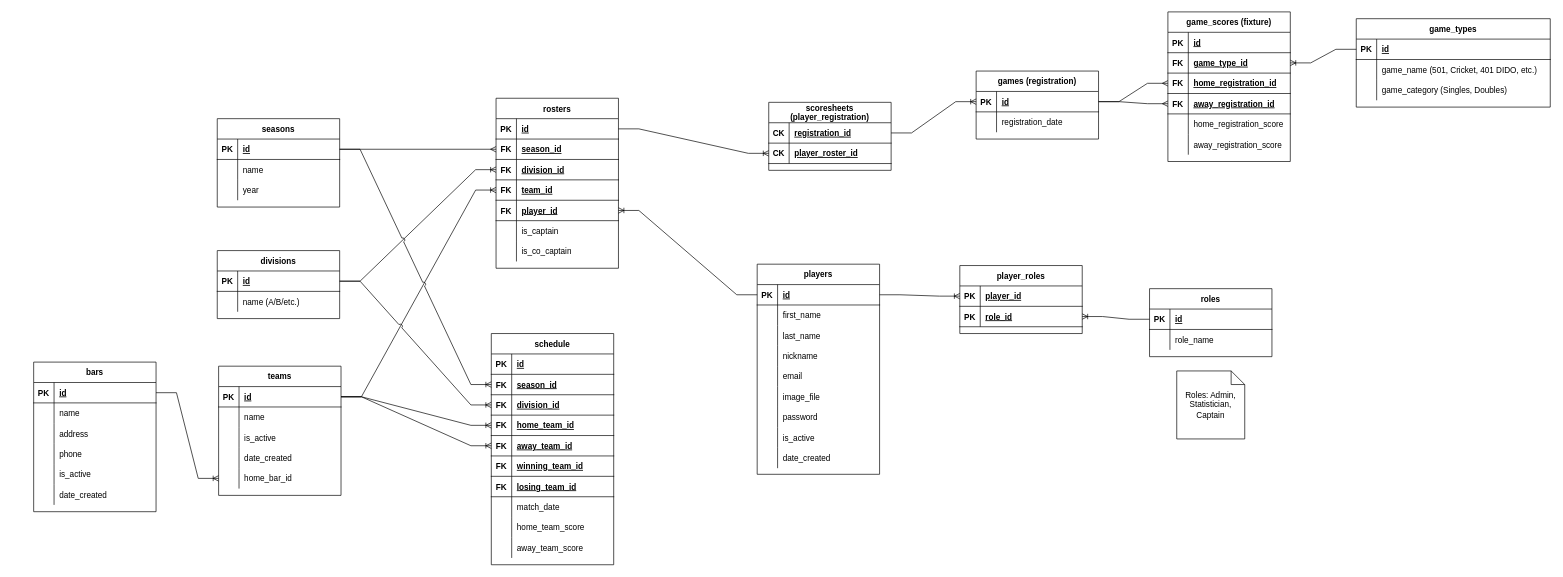
Earlier version of the draw.io diagram page "Main Team League Play" (1 of 2) of diagrams/bgda-data-model.drawio (etsu0721/bgda-web-app). Source tidied: cells renumbered, new cells numbered last; positions are measured from the earlier drawing's top-left corner, leaving out a move shared by most shapes. Both pictures are drawn from the tidied source at 68%, with x=0, y=0 at pixel (33, 12).
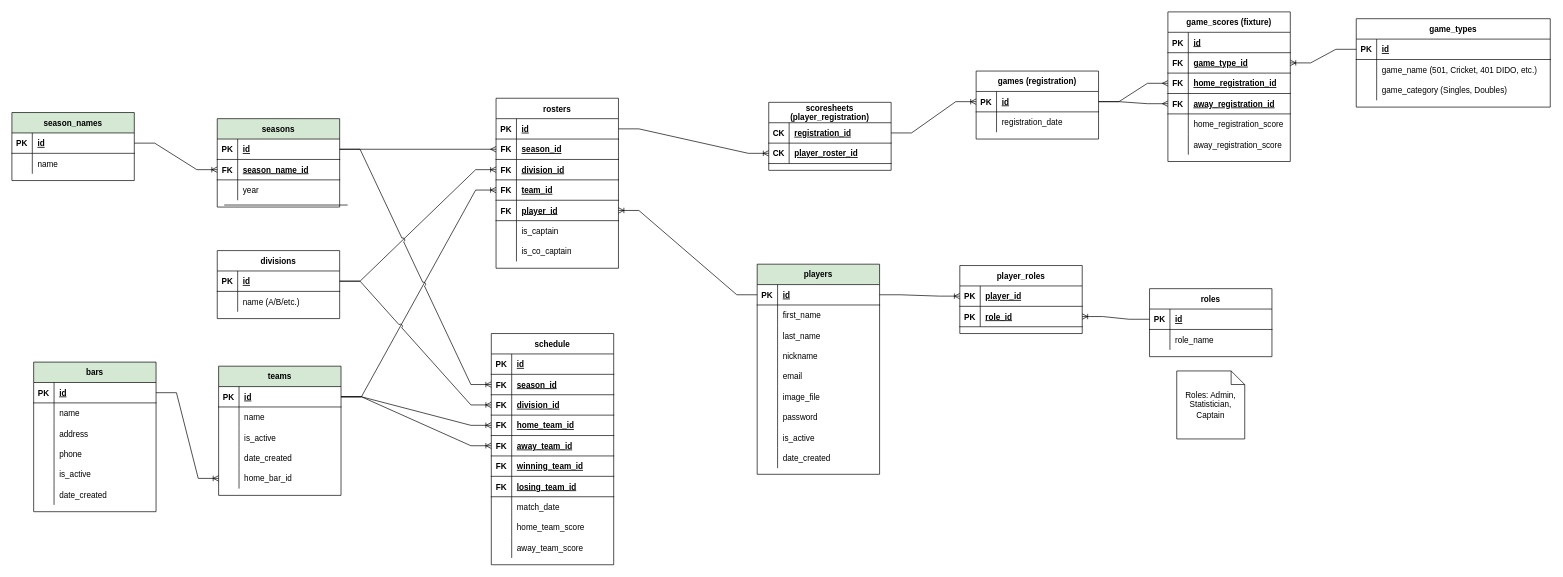
The same diagram, later.

Commit message:
Normalized Seasons tables

The edit, as a diff of the source:
```diff
@@
-    <mxCell id="2" value="seasons" style="shape=table;startSize=30;childLayout=tableLayout;rowLines=0;fontStyle=1;align=center;" parent="1" vertex="1">
+    <mxCell id="2" value="seasons" style="shape=table;startSize=30;childLayout=tableLayout;rowLines=0;fontStyle=1;align=center;fillColor=#D5E8D4;" parent="1" vertex="1">
       <mxGeometry x="270" y="157" width="180" height="130" as="geometry" />
     </mxCell>
@@
-    <mxCell id="6" style="shape=tableRow;horizontal=0;startSize=0;swimlaneHead=0;swimlaneBody=0;fillColor=none;top=0;left=0;right=0;bottom=0;" parent="2" vertex="1">
-      <mxGeometry y="60" width="180" height="30" as="geometry" />
-    </mxCell>
-    <mxCell id="7" style="shape=partialRectangle;fillColor=none;top=0;left=0;bottom=0;right=0;overflow=hidden;" parent="6" vertex="1">
-      <mxGeometry width="30" height="30" as="geometry" />
-    </mxCell>
-    <mxCell id="8" value="name" style="shape=partialRectangle;fillColor=none;top=0;left=0;bottom=0;right=0;align=left;spacingLeft=6;overflow=hidden;" parent="6" vertex="1">
-      <mxGeometry x="30" width="150" height="30" as="geometry" />
-    </mxCell>
+    <mxCell id="209" style="shape=tableRow;horizontal=0;startSize=0;swimlaneHead=0;swimlaneBody=0;fillColor=none;top=0;left=0;right=0;bottom=1;" parent="2" vertex="1">
+      <mxGeometry y="60" width="180" height="30" as="geometry" />
+    </mxCell>
+    <mxCell id="210" value="FK" style="shape=partialRectangle;fillColor=none;top=0;left=0;bottom=0;right=0;fontStyle=1;overflow=hidden;" parent="209" vertex="1">
+      <mxGeometry width="30" height="30" as="geometry" />
+    </mxCell>
+    <mxCell id="211" value="season_name_id" style="shape=partialRectangle;fillColor=none;top=0;left=0;bottom=0;right=0;align=left;spacingLeft=6;fontStyle=5;overflow=hidden;" parent="209" vertex="1">
+      <mxGeometry x="30" width="150" height="30" as="geometry" />
+    </mxCell>
@@
-    <mxCell id="12" value="players" style="shape=table;startSize=30;childLayout=tableLayout;rowLines=0;fontStyle=1;align=center;" parent="1" vertex="1">
+    <mxCell id="12" value="players" style="shape=table;startSize=30;childLayout=tableLayout;rowLines=0;fontStyle=1;align=center;fillColor=#D5E8D4;" parent="1" vertex="1">
       <mxGeometry x="1064" y="371" width="180" height="309" as="geometry" />
     </mxCell>
@@
-    <mxCell id="40" value="teams" style="shape=table;startSize=30;childLayout=tableLayout;rowLines=0;fontStyle=1;align=center;" parent="1" vertex="1">
+    <mxCell id="40" value="teams" style="shape=table;startSize=30;childLayout=tableLayout;rowLines=0;fontStyle=1;align=center;fillColor=#D5E8D4;" parent="1" vertex="1">
       <mxGeometry x="272" y="521" width="180" height="190" as="geometry" />
     </mxCell>
@@
-    <mxCell id="99" value="bars" style="shape=table;startSize=30;childLayout=tableLayout;rowLines=0;fontStyle=1;align=center;" parent="1" vertex="1">
+    <mxCell id="99" value="bars" style="shape=table;startSize=30;childLayout=tableLayout;rowLines=0;fontStyle=1;align=center;fillColor=#D5E8D4;" parent="1" vertex="1">
       <mxGeometry y="515" width="180" height="220" as="geometry" />
     </mxCell>
@@
+    <mxCell id="212" value="season_names" style="shape=table;startSize=30;childLayout=tableLayout;rowLines=0;fontStyle=1;align=center;fillColor=#D5E8D4;" parent="1" vertex="1">
+      <mxGeometry x="-32" y="148" width="180" height="100" as="geometry" />
+    </mxCell>
+    <mxCell id="213" style="shape=tableRow;horizontal=0;startSize=0;swimlaneHead=0;swimlaneBody=0;fillColor=none;points=[[0,0.5],[1,0.5]];portConstraint=eastwest;top=0;left=0;right=0;bottom=1;" parent="212" vertex="1">
+      <mxGeometry y="30" width="180" height="30" as="geometry" />
+    </mxCell>
+    <mxCell id="214" value="PK" style="shape=partialRectangle;fillColor=none;top=0;left=0;bottom=0;right=0;fontStyle=1;overflow=hidden;" parent="213" vertex="1">
+      <mxGeometry width="30" height="30" as="geometry" />
+    </mxCell>
+    <mxCell id="215" value="id" style="shape=partialRectangle;fillColor=none;top=0;left=0;bottom=0;right=0;align=left;spacingLeft=6;fontStyle=5;overflow=hidden;" parent="213" vertex="1">
+      <mxGeometry x="30" width="150" height="30" as="geometry" />
+    </mxCell>
+    <mxCell id="6" style="shape=tableRow;horizontal=0;startSize=0;swimlaneHead=0;swimlaneBody=0;fillColor=none;top=0;left=0;right=0;bottom=0;" parent="212" vertex="1">
+      <mxGeometry y="60" width="180" height="30" as="geometry" />
+    </mxCell>
+    <mxCell id="7" style="shape=partialRectangle;fillColor=none;top=0;left=0;bottom=0;right=0;overflow=hidden;" parent="6" vertex="1">
+      <mxGeometry width="30" height="30" as="geometry" />
+    </mxCell>
+    <mxCell id="8" value="name" style="shape=partialRectangle;fillColor=none;top=0;left=0;bottom=0;right=0;align=left;spacingLeft=6;overflow=hidden;" parent="6" vertex="1">
+      <mxGeometry x="30" width="150" height="30" as="geometry" />
+    </mxCell>
+    <mxCell id="216" style="edgeStyle=entityRelationEdgeStyle;fontSize=12;html=1;endArrow=ERoneToMany;rounded=0;exitX=1;exitY=0.5;exitDx=0;exitDy=0;" parent="1" edge="1" source="213">
+      <mxGeometry relative="1" as="geometry">
+        <mxPoint x="270" y="232" as="targetPoint" />
+      </mxGeometry>
+    </mxCell>
+    <mxCell id="217" style="shape=tableRow;horizontal=0;startSize=0;swimlaneHead=0;swimlaneBody=0;fillColor=none;top=0;left=0;right=0;bottom=1;" parent="1" vertex="1">
+      <mxGeometry x="281" y="254" width="180" height="30" as="geometry" />
+    </mxCell>
```
